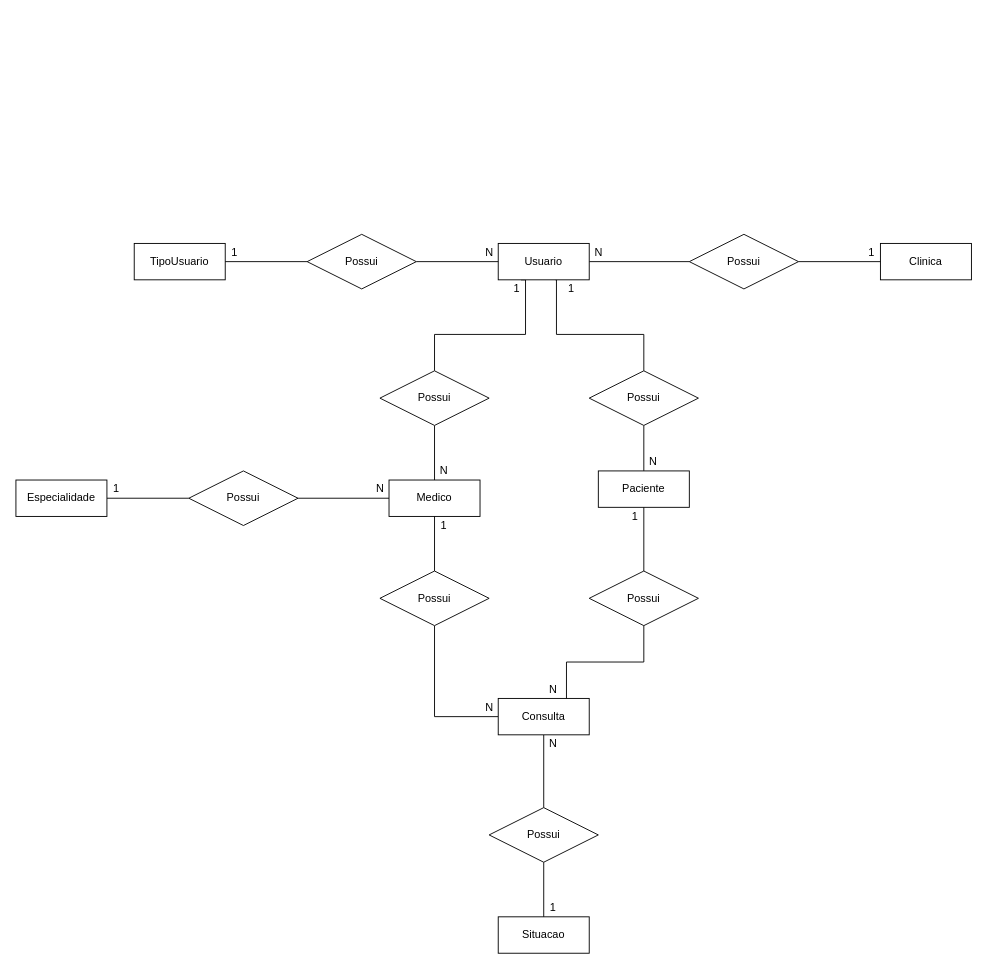
This is page "CONCEITUAL" (1 of 2) of Banco de Dados/Modelagem/SP-Medical-Group.drawio from Anny-Pereira/Projeto_SP_Medical_Group, a draw.io file, before an edit. Source tidied: cells renumbered, new cells numbered last; positions are measured from the earlier drawing's top-left corner, leaving out a move shared by most shapes. Both pictures are drawn from the tidied source at 91%, with x=0, y=0 at pixel (15, 234).
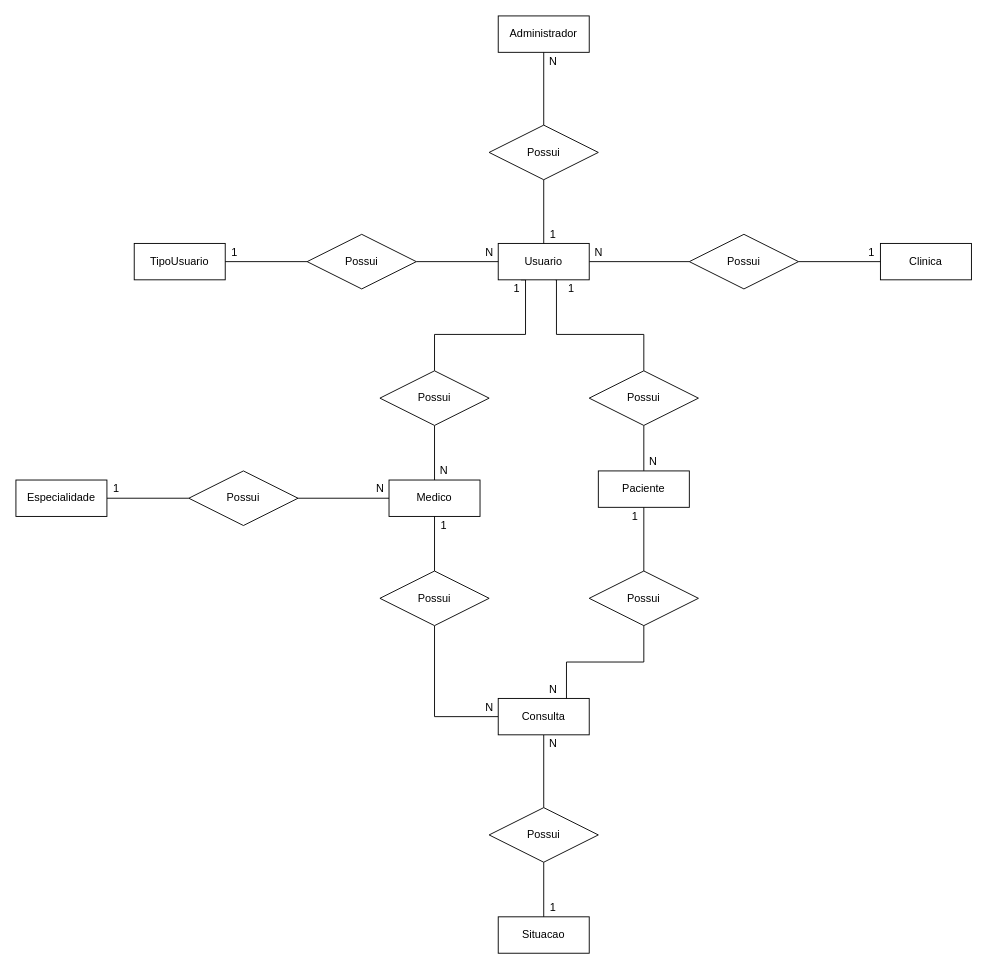
The same diagram, later.

Unchanged cells that the change refers to:
```xml
<mxCell id="6" value="Usuario" style="whiteSpace=wrap;html=1;align=center;" parent="1" vertex="1">
  <mxGeometry x="530" y="10" width="100" height="40" as="geometry" />
</mxCell>
```

Diff of the diagram source:
```diff
@@
+    <mxCell id="50" value="Administrador" style="whiteSpace=wrap;html=1;align=center;" parent="1" vertex="1">
+      <mxGeometry x="530" y="-240" width="100" height="40" as="geometry" />
+    </mxCell>
+    <mxCell id="51" style="edgeStyle=orthogonalEdgeStyle;rounded=0;jettySize=auto;html=1;endArrow=none;endFill=0;" parent="1" edge="1" source="53" target="50">
+      <mxGeometry relative="1" as="geometry" />
+    </mxCell>
+    <mxCell id="52" style="edgeStyle=orthogonalEdgeStyle;rounded=0;jettySize=auto;html=1;endArrow=none;endFill=0;" parent="1" edge="1" source="53" target="6">
+      <mxGeometry relative="1" as="geometry" />
+    </mxCell>
+    <mxCell id="53" value="Possui" style="shape=rhombus;perimeter=rhombusPerimeter;whiteSpace=wrap;html=1;align=center;" parent="1" vertex="1">
+      <mxGeometry x="520" y="-120" width="120" height="60" as="geometry" />
+    </mxCell>
+    <mxCell id="54" value="1" style="text;html=1;align=center;verticalAlign=middle;strokeColor=none;" parent="1" vertex="1">
+      <mxGeometry x="580" y="-10" width="20" height="20" as="geometry" />
+    </mxCell>
+    <mxCell id="55" value="N" style="text;html=1;align=center;verticalAlign=middle;strokeColor=none;" parent="1" vertex="1">
+      <mxGeometry x="580" y="-200" width="20" height="20" as="geometry" />
+    </mxCell>
```
